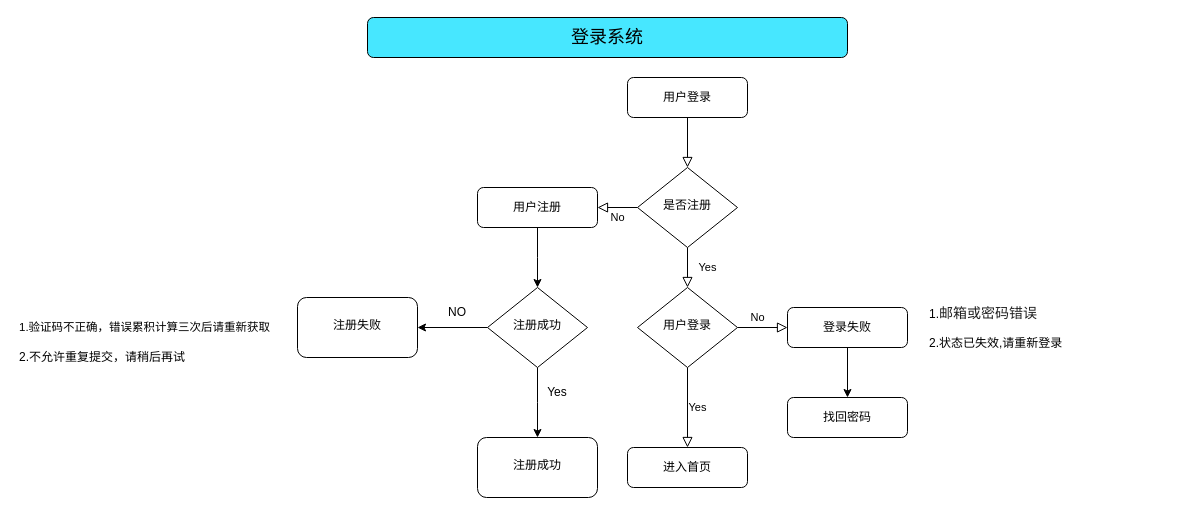
Before: PC端海外站流程图.drawio in gu18888/proj_01, a draw.io diagram. Source tidied: cells renumbered, new cells numbered last; positions are measured from the earlier drawing's top-left corner, leaving out a move shared by most shapes. Both pictures are drawn from the tidied source at 100%, with x=0, y=0 at pixel (17, 17).
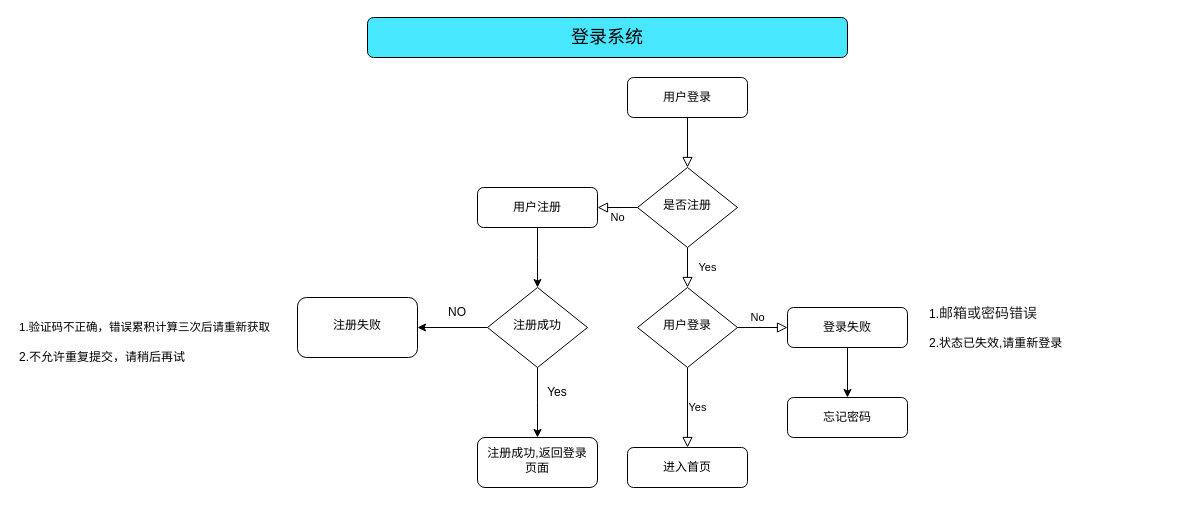
The same diagram, later.

Commit message:
更新PC端海外站流程图.drawio

Diff of the diagram source:
```diff
@@
-    <mxCell id="16" value="找回密码" style="rounded=1;whiteSpace=wrap;html=1;fontSize=12;glass=0;strokeWidth=1;shadow=0;" parent="1" vertex="1">
+    <mxCell id="16" value="忘记密码" style="rounded=1;whiteSpace=wrap;html=1;fontSize=12;glass=0;strokeWidth=1;shadow=0;" parent="1" vertex="1">
       <mxGeometry x="770" y="380" width="120" height="40" as="geometry" />
     </mxCell>
@@
-    <mxCell id="22" value="注册成功" style="rounded=1;whiteSpace=wrap;html=1;shadow=0;strokeWidth=1;spacing=6;spacingTop=-4;" parent="1" vertex="1">
-      <mxGeometry x="460" y="420" width="120" height="60" as="geometry" />
+    <mxCell id="22" value="注册成功,返回登录页面" style="rounded=1;whiteSpace=wrap;html=1;shadow=0;strokeWidth=1;spacing=6;spacingTop=-4;" parent="1" vertex="1">
+      <mxGeometry x="460" y="420" width="120" height="50" as="geometry" />
     </mxCell>
```
